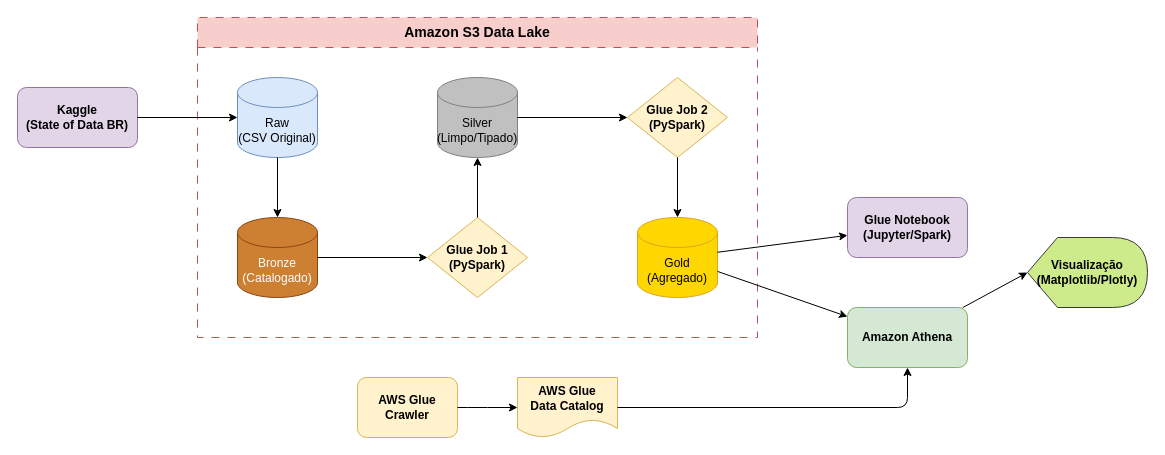
The draw.io diagram diagrams/arquitetura_aws.drawio in valo793/state-of-data-brazil, before the edit. Source tidied: cells renumbered, new cells numbered last; positions are measured from the earlier drawing's top-left corner, leaving out a move shared by most shapes. Both pictures are drawn from the tidied source at 100%, with x=0, y=0 at pixel (17, 17).
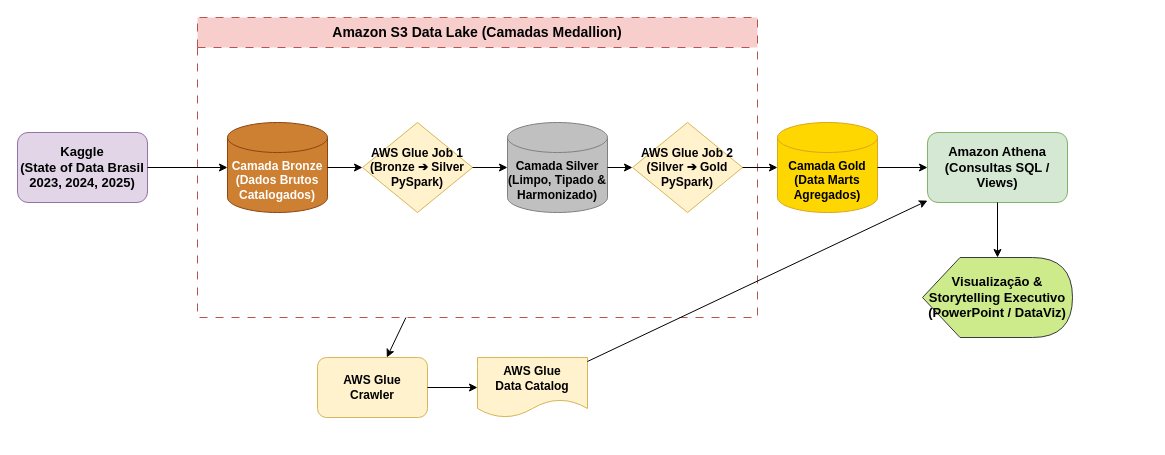
After the change.

Commit message (it also covers changes not shown here):
refactor: standardize medallion architecture to strictly 3 layers (Bronze, Silver, Gold)

Change to the diagram source:
```diff
@@
-    <mxCell id="2" value="Amazon S3 Data Lake" style="swimlane;whiteSpace=wrap;html=1;startSize=30;dashed=1;dashPattern=8 8;fillColor=#f8cecc;strokeColor=#b85450;fontStyle=1;fontSize=14;" parent="1" vertex="1">
-      <mxGeometry x="180" width="560" height="320" as="geometry" />
+    <mxCell id="2" value="Amazon S3 Data Lake (Camadas Medallion)" style="swimlane;whiteSpace=wrap;html=1;startSize=30;dashed=1;dashPattern=8 8;fillColor=#f8cecc;strokeColor=#b85450;fontStyle=1;fontSize=14;" parent="1" vertex="1">
+      <mxGeometry x="180" width="560" height="300" as="geometry" />
     </mxCell>
-    <mxCell id="3" value="Raw&#10;(CSV Original)" style="shape=cylinder3;whiteSpace=wrap;html=1;boundedLbl=1;backgroundOutline=1;size=15;fillColor=#dae8fc;strokeColor=#6c8ebf;" parent="2" vertex="1">
-      <mxGeometry x="40" y="60" width="80" height="80" as="geometry" />
-    </mxCell>
-    <mxCell id="4" value="Bronze&#10;(Catalogado)" style="shape=cylinder3;whiteSpace=wrap;html=1;boundedLbl=1;backgroundOutline=1;size=15;fillColor=#cd7f32;strokeColor=#8b4513;fontColor=#ffffff;" parent="2" vertex="1">
-      <mxGeometry x="40" y="200" width="80" height="80" as="geometry" />
+    <mxCell id="4" value="Camada Bronze&#10;(Dados Brutos Catalogados)" style="shape=cylinder3;whiteSpace=wrap;html=1;boundedLbl=1;backgroundOutline=1;size=15;fillColor=#cd7f32;strokeColor=#8b4513;fontColor=#ffffff;fontStyle=1;" parent="2" vertex="1">
+      <mxGeometry x="30" y="105" width="100" height="90" as="geometry" />
     </mxCell>
-    <mxCell id="5" value="Silver&#10;(Limpo/Tipado)" style="shape=cylinder3;whiteSpace=wrap;html=1;boundedLbl=1;backgroundOutline=1;size=15;fillColor=#c0c0c0;strokeColor=#808080;" parent="2" vertex="1">
-      <mxGeometry x="240" y="60" width="80" height="80" as="geometry" />
-    </mxCell>
-    <mxCell id="6" value="Gold&#10;(Agregado)" style="shape=cylinder3;whiteSpace=wrap;html=1;boundedLbl=1;backgroundOutline=1;size=15;fillColor=#ffd700;strokeColor=#daa520;" parent="2" vertex="1">
-      <mxGeometry x="440" y="200" width="80" height="80" as="geometry" />
-    </mxCell>
-    <mxCell id="7" value="Glue Job 1&#10;(PySpark)" style="rhombus;whiteSpace=wrap;html=1;fillColor=#fff2cc;strokeColor=#d6b656;fontStyle=1;" parent="2" vertex="1">
-      <mxGeometry x="230" y="200" width="100" height="80" as="geometry" />
+    <mxCell id="7" value="AWS Glue Job 1&#10;(Bronze ➔ Silver&#10;PySpark)" style="rhombus;whiteSpace=wrap;html=1;fillColor=#fff2cc;strokeColor=#d6b656;fontStyle=1;" parent="2" vertex="1">
+      <mxGeometry x="165" y="105" width="110" height="90" as="geometry" />
     </mxCell>
@@
+    <mxCell id="5" value="Camada Silver&#10;(Limpo, Tipado &amp;&#10;Harmonizado)" style="shape=cylinder3;whiteSpace=wrap;html=1;boundedLbl=1;backgroundOutline=1;size=15;fillColor=#c0c0c0;strokeColor=#808080;fontStyle=1;" parent="2" vertex="1">
+      <mxGeometry x="310" y="105" width="100" height="90" as="geometry" />
+    </mxCell>
@@
-    <mxCell id="10" value="Glue Job 2&#10;(PySpark)" style="rhombus;whiteSpace=wrap;html=1;fillColor=#fff2cc;strokeColor=#d6b656;fontStyle=1;" parent="2" vertex="1">
-      <mxGeometry x="430" y="60" width="100" height="80" as="geometry" />
+    <mxCell id="10" value="AWS Glue Job 2&#10;(Silver ➔ Gold&#10;PySpark)" style="rhombus;whiteSpace=wrap;html=1;fillColor=#fff2cc;strokeColor=#d6b656;fontStyle=1;" parent="2" vertex="1">
+      <mxGeometry x="435" y="105" width="110" height="90" as="geometry" />
     </mxCell>
@@
+    <mxCell id="6" value="Camada Gold&#10;(Data Marts&#10;Agregados)" style="shape=cylinder3;whiteSpace=wrap;html=1;boundedLbl=1;backgroundOutline=1;size=15;fillColor=#ffd700;strokeColor=#daa520;fontStyle=1;" parent="1" vertex="1">
+      <mxGeometry x="760" y="105" width="100" height="90" as="geometry" />
+    </mxCell>
-    <mxCell id="12" parent="2" edge="1" source="10" target="6">
+    <mxCell id="12" parent="1" edge="1" source="10" target="6">
       <mxGeometry relative="1" as="geometry" />
     </mxCell>
-    <mxCell id="13" value="Kaggle&#10;(State of Data BR)" style="rounded=1;whiteSpace=wrap;html=1;fillColor=#e1d5e7;strokeColor=#9673a6;fontStyle=1;" parent="1" vertex="1">
-      <mxGeometry y="70" width="120" height="60" as="geometry" />
+    <mxCell id="13" value="Kaggle&#10;(State of Data Brasil&#10;2023, 2024, 2025)" style="rounded=1;whiteSpace=wrap;html=1;fillColor=#e1d5e7;strokeColor=#9673a6;fontStyle=1;fontSize=13;" parent="1" vertex="1">
+      <mxGeometry y="115" width="130" height="70" as="geometry" />
     </mxCell>
+    <mxCell id="26" parent="1" edge="1" source="13" target="4">
+      <mxGeometry relative="1" as="geometry" />
+    </mxCell>
     <mxCell id="14" value="AWS Glue&#10;Crawler" style="rounded=1;whiteSpace=wrap;html=1;fillColor=#fff2cc;strokeColor=#d6b656;fontStyle=1;" parent="1" vertex="1">
-      <mxGeometry x="340" y="360" width="100" height="60" as="geometry" />
+      <mxGeometry x="300" y="340" width="110" height="60" as="geometry" />
     </mxCell>
     <mxCell id="15" value="AWS Glue&#10;Data Catalog" style="shape=document;whiteSpace=wrap;html=1;boundedLbl=1;fillColor=#fff2cc;strokeColor=#d6b656;fontStyle=1;" parent="1" vertex="1">
-      <mxGeometry x="500" y="360" width="100" height="60" as="geometry" />
+      <mxGeometry x="460" y="340" width="110" height="60" as="geometry" />
     </mxCell>
+    <mxCell id="24" parent="1" edge="1" source="14" target="15">
+      <mxGeometry relative="1" as="geometry" />
+    </mxCell>
+    <mxCell id="27" parent="1" edge="1" source="2" target="14">
+      <mxGeometry relative="1" as="geometry" />
+    </mxCell>
-    <mxCell id="16" value="Amazon Athena" style="rounded=1;whiteSpace=wrap;html=1;fillColor=#d5e8d4;strokeColor=#82b366;fontStyle=1;" parent="1" vertex="1">
-      <mxGeometry x="830" y="290" width="120" height="60" as="geometry" />
+    <mxCell id="16" value="Amazon Athena&#10;(Consultas SQL / Views)" style="rounded=1;whiteSpace=wrap;html=1;fillColor=#d5e8d4;strokeColor=#82b366;fontStyle=1;fontSize=13;" parent="1" vertex="1">
+      <mxGeometry x="910" y="115" width="140" height="70" as="geometry" />
     </mxCell>
-    <mxCell id="17" value="Glue Notebook&#10;(Jupyter/Spark)" style="rounded=1;whiteSpace=wrap;html=1;fillColor=#e1d5e7;strokeColor=#9673a6;fontStyle=1;" parent="1" vertex="1">
-      <mxGeometry x="830" y="180" width="120" height="60" as="geometry" />
-    </mxCell>
+    <mxCell id="21" parent="1" edge="1" source="6" target="16">
+      <mxGeometry relative="1" as="geometry" />
+    </mxCell>
+    <mxCell id="25" parent="1" edge="1" source="15" target="16">
+      <mxGeometry relative="1" as="geometry" />
+    </mxCell>
-    <mxCell id="18" value="Visualização&#10;(Matplotlib/Plotly)" style="shape=display;whiteSpace=wrap;html=1;fillColor=#cdeb8b;strokeColor=#36393d;fontStyle=1;" parent="1" vertex="1">
-      <mxGeometry x="1010" y="220" width="120" height="70" as="geometry" />
+    <mxCell id="18" value="Visualização &amp;&#10;Storytelling Executivo&#10;(PowerPoint / DataViz)" style="shape=display;whiteSpace=wrap;html=1;fillColor=#cdeb8b;strokeColor=#36393d;fontStyle=1;fontSize=13;" parent="1" vertex="1">
+      <mxGeometry x="905" y="240" width="150" height="80" as="geometry" />
     </mxCell>
-    <mxCell id="19" parent="1" edge="1" source="13" target="3">
-      <mxGeometry relative="1" as="geometry" />
-    </mxCell>
-    <mxCell id="20" parent="1" edge="1" source="3" target="4">
-      <mxGeometry relative="1" as="geometry" />
-    </mxCell>
-    <mxCell id="21" parent="1" edge="1" source="6" target="16">
-      <mxGeometry relative="1" as="geometry" />
-    </mxCell>
-    <mxCell id="22" parent="1" edge="1" source="6" target="17">
-      <mxGeometry relative="1" as="geometry" />
-    </mxCell>
-    <mxCell id="23" style="entryX=0;entryY=0.5;entryDx=0;entryDy=0;entryPerimeter=0;" parent="1" edge="1" source="16" target="18">
+    <mxCell id="23" parent="1" edge="1" source="16" target="18">
       <mxGeometry relative="1" as="geometry" />
     </mxCell>
-    <mxCell id="24" parent="1" edge="1" source="14" target="15">
-      <mxGeometry relative="1" as="geometry">
-        <Array as="points">
-          <mxPoint x="460" y="390" />
-        </Array>
-      </mxGeometry>
-    </mxCell>
-    <mxCell id="25" parent="1" edge="1" source="15" target="16">
-      <mxGeometry relative="1" as="geometry">
-        <Array as="points">
-          <mxPoint x="890" y="390" />
-        </Array>
-      </mxGeometry>
-    </mxCell>
```
